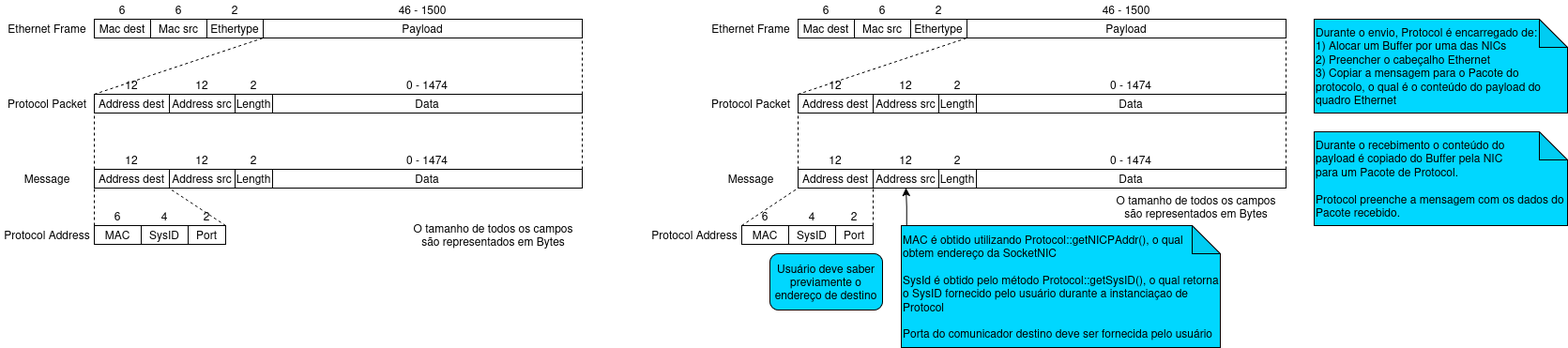
The draw.io diagram doc/frames.png in Vitor-Calegari/sistemas-operacionais-II, before a commit. Source tidied: cells renumbered, new cells last; positions are measured from the earlier drawing's top-left corner, leaving out a move shared by most shapes.
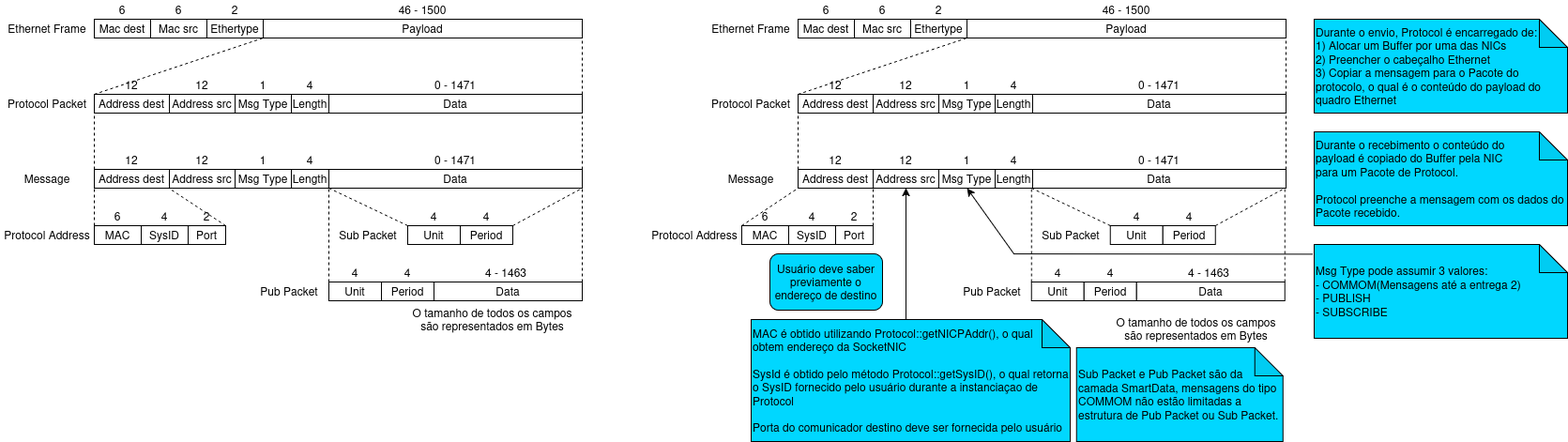
The same diagram one commit later.

Commit message:
Corrige imagem dos frames para entrega 3

The edit, as a diff of the source:
```diff
@@ -66,6 +66,6 @@
     <mxCell id="19" value="Length" style="rounded=0;whiteSpace=wrap;html=1;" parent="1" vertex="1">
-      <mxGeometry x="250" y="100" width="40" height="20" as="geometry" />
+      <mxGeometry x="310" y="100" width="40" height="20" as="geometry" />
     </mxCell>
     <mxCell id="20" value="Data" style="rounded=0;whiteSpace=wrap;html=1;" parent="1" vertex="1">
-      <mxGeometry x="290" y="100" width="330" height="20" as="geometry" />
+      <mxGeometry x="350" y="100" width="270" height="20" as="geometry" />
     </mxCell>
@@ -77,4 +77,4 @@
     </mxCell>
-    <mxCell id="23" value="0 - 1474" style="text;html=1;align=center;verticalAlign=middle;whiteSpace=wrap;rounded=0;" parent="1" vertex="1">
-      <mxGeometry x="290" y="80" width="330" height="20" as="geometry" />
+    <mxCell id="23" value="0 - 1471" style="text;html=1;align=center;verticalAlign=middle;whiteSpace=wrap;rounded=0;" parent="1" vertex="1">
+      <mxGeometry x="350" y="80" width="270" height="20" as="geometry" />
     </mxCell>
@@ -83,4 +83,4 @@
     </mxCell>
-    <mxCell id="25" value="2" style="text;html=1;align=center;verticalAlign=middle;whiteSpace=wrap;rounded=0;" parent="1" vertex="1">
-      <mxGeometry x="250" y="80" width="40" height="20" as="geometry" />
+    <mxCell id="25" value="4" style="text;html=1;align=center;verticalAlign=middle;whiteSpace=wrap;rounded=0;" parent="1" vertex="1">
+      <mxGeometry x="310" y="80" width="40" height="20" as="geometry" />
     </mxCell>
@@ -93,6 +93,6 @@
     <mxCell id="28" value="Length" style="rounded=0;whiteSpace=wrap;html=1;" parent="1" vertex="1">
-      <mxGeometry x="250" y="180" width="40" height="20" as="geometry" />
+      <mxGeometry x="310" y="180" width="40" height="20" as="geometry" />
     </mxCell>
     <mxCell id="29" value="Data" style="rounded=0;whiteSpace=wrap;html=1;" parent="1" vertex="1">
-      <mxGeometry x="290" y="180" width="330" height="20" as="geometry" />
+      <mxGeometry x="350" y="180" width="270" height="20" as="geometry" />
     </mxCell>
@@ -104,4 +104,4 @@
     </mxCell>
-    <mxCell id="32" value="0 - 1474" style="text;html=1;align=center;verticalAlign=middle;whiteSpace=wrap;rounded=0;" parent="1" vertex="1">
-      <mxGeometry x="290" y="160" width="330" height="20" as="geometry" />
+    <mxCell id="32" value="0 - 1471" style="text;html=1;align=center;verticalAlign=middle;whiteSpace=wrap;rounded=0;" parent="1" vertex="1">
+      <mxGeometry x="350" y="160" width="270" height="20" as="geometry" />
     </mxCell>
@@ -110,4 +110,4 @@
     </mxCell>
-    <mxCell id="34" value="2" style="text;html=1;align=center;verticalAlign=middle;whiteSpace=wrap;rounded=0;" parent="1" vertex="1">
-      <mxGeometry x="250" y="160" width="40" height="20" as="geometry" />
+    <mxCell id="34" value="4" style="text;html=1;align=center;verticalAlign=middle;whiteSpace=wrap;rounded=0;" parent="1" vertex="1">
+      <mxGeometry x="310" y="160" width="40" height="20" as="geometry" />
     </mxCell>
@@ -137,3 +137,3 @@
     <mxCell id="42" value="O tamanho de todos os campos são representados em Bytes" style="text;html=1;align=center;verticalAlign=middle;whiteSpace=wrap;rounded=0;" parent="1" vertex="1">
-      <mxGeometry x="430" y="240" width="191" height="20" as="geometry" />
+      <mxGeometry x="429" y="330" width="191" height="20" as="geometry" />
     </mxCell>
@@ -194,52 +194,4 @@
     </mxCell>
-    <mxCell id="58" value="Address dest" style="rounded=0;whiteSpace=wrap;html=1;" parent="1" vertex="1">
-      <mxGeometry x="850" y="100" width="80" height="20" as="geometry" />
-    </mxCell>
-    <mxCell id="59" value="Length" style="rounded=0;whiteSpace=wrap;html=1;" parent="1" vertex="1">
-      <mxGeometry x="1000" y="100" width="40" height="20" as="geometry" />
-    </mxCell>
-    <mxCell id="60" value="Data" style="rounded=0;whiteSpace=wrap;html=1;" parent="1" vertex="1">
-      <mxGeometry x="1040" y="100" width="330" height="20" as="geometry" />
-    </mxCell>
-    <mxCell id="61" value="12" style="text;html=1;align=center;verticalAlign=middle;whiteSpace=wrap;rounded=0;" parent="1" vertex="1">
-      <mxGeometry x="850" y="80" width="80" height="20" as="geometry" />
-    </mxCell>
-    <mxCell id="62" value="12" style="text;html=1;align=center;verticalAlign=middle;whiteSpace=wrap;rounded=0;" parent="1" vertex="1">
-      <mxGeometry x="930" y="80" width="70" height="20" as="geometry" />
-    </mxCell>
-    <mxCell id="63" value="0 - 1474" style="text;html=1;align=center;verticalAlign=middle;whiteSpace=wrap;rounded=0;" parent="1" vertex="1">
-      <mxGeometry x="1040" y="80" width="330" height="20" as="geometry" />
-    </mxCell>
-    <mxCell id="64" value="Address src" style="rounded=0;whiteSpace=wrap;html=1;" parent="1" vertex="1">
-      <mxGeometry x="930" y="100" width="70" height="20" as="geometry" />
-    </mxCell>
-    <mxCell id="65" value="2" style="text;html=1;align=center;verticalAlign=middle;whiteSpace=wrap;rounded=0;" parent="1" vertex="1">
-      <mxGeometry x="1000" y="80" width="40" height="20" as="geometry" />
-    </mxCell>
-    <mxCell id="66" value="Address dest" style="rounded=0;whiteSpace=wrap;html=1;" parent="1" vertex="1">
-      <mxGeometry x="850" y="180" width="80" height="20" as="geometry" />
-    </mxCell>
-    <mxCell id="67" value="Length" style="rounded=0;whiteSpace=wrap;html=1;" parent="1" vertex="1">
-      <mxGeometry x="1000" y="180" width="40" height="20" as="geometry" />
-    </mxCell>
-    <mxCell id="68" value="Data" style="rounded=0;whiteSpace=wrap;html=1;" parent="1" vertex="1">
-      <mxGeometry x="1040" y="180" width="330" height="20" as="geometry" />
-    </mxCell>
-    <mxCell id="69" value="12" style="text;html=1;align=center;verticalAlign=middle;whiteSpace=wrap;rounded=0;" parent="1" vertex="1">
-      <mxGeometry x="850" y="160" width="80" height="20" as="geometry" />
-    </mxCell>
-    <mxCell id="70" value="12" style="text;html=1;align=center;verticalAlign=middle;whiteSpace=wrap;rounded=0;" parent="1" vertex="1">
-      <mxGeometry x="930" y="160" width="70" height="20" as="geometry" />
-    </mxCell>
-    <mxCell id="71" value="0 - 1474" style="text;html=1;align=center;verticalAlign=middle;whiteSpace=wrap;rounded=0;" parent="1" vertex="1">
-      <mxGeometry x="1040" y="160" width="330" height="20" as="geometry" />
-    </mxCell>
-    <mxCell id="72" value="Address src" style="rounded=0;whiteSpace=wrap;html=1;" parent="1" vertex="1">
-      <mxGeometry x="930" y="180" width="70" height="20" as="geometry" />
-    </mxCell>
-    <mxCell id="73" value="2" style="text;html=1;align=center;verticalAlign=middle;whiteSpace=wrap;rounded=0;" parent="1" vertex="1">
-      <mxGeometry x="1000" y="160" width="40" height="20" as="geometry" />
-    </mxCell>
     <mxCell id="74" value="O tamanho de todos os campos são representados em Bytes" style="text;html=1;align=center;verticalAlign=middle;whiteSpace=wrap;rounded=0;" parent="1" vertex="1">
-      <mxGeometry x="1179" y="210" width="191" height="20" as="geometry" />
+      <mxGeometry x="1179" y="340" width="191" height="20" as="geometry" />
     </mxCell>
@@ -248,7 +200,12 @@
     </mxCell>
-    <mxCell id="76" style="edgeStyle=orthogonalEdgeStyle;rounded=0;jettySize=auto;html=1;exitX=0.017;exitY=0.002;exitDx=0;exitDy=0;exitPerimeter=0;" parent="1" edge="1" source="77" target="72">
-      <mxGeometry relative="1" as="geometry" />
+    <mxCell id="76" style="edgeStyle=orthogonalEdgeStyle;rounded=0;jettySize=auto;html=1;exitX=0.017;exitY=0.002;exitDx=0;exitDy=0;exitPerimeter=0;" parent="1" edge="1" source="77">
+      <mxGeometry relative="1" as="geometry">
+        <mxPoint x="965.1" y="200" as="targetPoint" />
+        <Array as="points">
+          <mxPoint x="965" y="340" />
+        </Array>
+      </mxGeometry>
     </mxCell>
     <mxCell id="77" value="&lt;div align=&quot;left&quot;&gt;MAC é obtido utilizando Protocol::getNICPAddr(), o qual&amp;nbsp; obtem endereço da SocketNIC&lt;/div&gt;&lt;div align=&quot;left&quot;&gt;&lt;br&gt;&lt;/div&gt;&lt;div align=&quot;left&quot;&gt;SysId é obtido pelo método Protocol::getSysID(), o qual retorna o SysID fornecido pelo usuário durante a instanciaçao de Protocol&lt;/div&gt;&lt;div&gt;&lt;br&gt;&lt;/div&gt;&lt;div&gt;Porta do comunicador destino deve ser fornecida pelo usuário&lt;/div&gt;" style="shape=note;whiteSpace=wrap;html=1;backgroundOutline=1;darkOpacity=0.05;align=left;fillColor=#00D7FF;" parent="1" vertex="1">
-      <mxGeometry x="960" y="240" width="340" height="130" as="geometry" />
+      <mxGeometry x="800" y="340" width="340" height="130" as="geometry" />
     </mxCell>
@@ -284,5 +241,197 @@
     </mxCell>
-    <mxCell id="88" style="endArrow=none;dashed=1;html=1;rounded=0;entryX=1;entryY=1;entryDx=0;entryDy=0;exitX=1;exitY=1;exitDx=0;exitDy=0;" parent="1" edge="1" source="87" target="66">
-      <mxGeometry relative="1" as="geometry" />
+    <mxCell id="88" style="endArrow=none;dashed=1;html=1;rounded=0;entryX=1;entryY=1;entryDx=0;entryDy=0;exitX=1;exitY=1;exitDx=0;exitDy=0;" parent="1" edge="1" source="87">
+      <mxGeometry relative="1" as="geometry">
+        <mxPoint x="930" y="200" as="targetPoint" />
+      </mxGeometry>
     </mxCell>
+    <mxCell id="89" value="Msg Type" style="rounded=0;whiteSpace=wrap;html=1;" parent="1" vertex="1">
+      <mxGeometry x="250" y="100" width="60" height="20" as="geometry" />
+    </mxCell>
+    <mxCell id="90" value="1" style="text;html=1;align=center;verticalAlign=middle;whiteSpace=wrap;rounded=0;" parent="1" vertex="1">
+      <mxGeometry x="250" y="80" width="60" height="20" as="geometry" />
+    </mxCell>
+    <mxCell id="91" value="Msg Type" style="rounded=0;whiteSpace=wrap;html=1;" parent="1" vertex="1">
+      <mxGeometry x="250" y="180" width="60" height="20" as="geometry" />
+    </mxCell>
+    <mxCell id="92" value="1" style="text;html=1;align=center;verticalAlign=middle;whiteSpace=wrap;rounded=0;" parent="1" vertex="1">
+      <mxGeometry x="250" y="160" width="60" height="20" as="geometry" />
+    </mxCell>
+    <mxCell id="58" value="Address dest" style="rounded=0;whiteSpace=wrap;html=1;" parent="1" vertex="1">
+      <mxGeometry x="850" y="100" width="80" height="20" as="geometry" />
+    </mxCell>
+    <mxCell id="93" value="Length" style="rounded=0;whiteSpace=wrap;html=1;" parent="1" vertex="1">
+      <mxGeometry x="1060" y="100" width="40" height="20" as="geometry" />
+    </mxCell>
+    <mxCell id="94" value="Data" style="rounded=0;whiteSpace=wrap;html=1;" parent="1" vertex="1">
+      <mxGeometry x="1100" y="100" width="270" height="20" as="geometry" />
+    </mxCell>
+    <mxCell id="61" value="12" style="text;html=1;align=center;verticalAlign=middle;whiteSpace=wrap;rounded=0;" parent="1" vertex="1">
+      <mxGeometry x="850" y="80" width="80" height="20" as="geometry" />
+    </mxCell>
+    <mxCell id="62" value="12" style="text;html=1;align=center;verticalAlign=middle;whiteSpace=wrap;rounded=0;" parent="1" vertex="1">
+      <mxGeometry x="930" y="80" width="70" height="20" as="geometry" />
+    </mxCell>
+    <mxCell id="95" value="0 - 1471" style="text;html=1;align=center;verticalAlign=middle;whiteSpace=wrap;rounded=0;" parent="1" vertex="1">
+      <mxGeometry x="1100" y="80" width="270" height="20" as="geometry" />
+    </mxCell>
+    <mxCell id="64" value="Address src" style="rounded=0;whiteSpace=wrap;html=1;" parent="1" vertex="1">
+      <mxGeometry x="930" y="100" width="70" height="20" as="geometry" />
+    </mxCell>
+    <mxCell id="96" value="4" style="text;html=1;align=center;verticalAlign=middle;whiteSpace=wrap;rounded=0;" parent="1" vertex="1">
+      <mxGeometry x="1060" y="80" width="40" height="20" as="geometry" />
+    </mxCell>
+    <mxCell id="97" value="Msg Type" style="rounded=0;whiteSpace=wrap;html=1;" parent="1" vertex="1">
+      <mxGeometry x="1000" y="100" width="60" height="20" as="geometry" />
+    </mxCell>
+    <mxCell id="98" value="1" style="text;html=1;align=center;verticalAlign=middle;whiteSpace=wrap;rounded=0;" parent="1" vertex="1">
+      <mxGeometry x="1000" y="80" width="60" height="20" as="geometry" />
+    </mxCell>
+    <mxCell id="66" value="Address dest" style="rounded=0;whiteSpace=wrap;html=1;" parent="1" vertex="1">
+      <mxGeometry x="850" y="180" width="80" height="20" as="geometry" />
+    </mxCell>
+    <mxCell id="99" value="Length" style="rounded=0;whiteSpace=wrap;html=1;" parent="1" vertex="1">
+      <mxGeometry x="1060" y="180" width="40" height="20" as="geometry" />
+    </mxCell>
+    <mxCell id="100" value="Data" style="rounded=0;whiteSpace=wrap;html=1;" parent="1" vertex="1">
+      <mxGeometry x="1100" y="180" width="270" height="20" as="geometry" />
+    </mxCell>
+    <mxCell id="69" value="12" style="text;html=1;align=center;verticalAlign=middle;whiteSpace=wrap;rounded=0;" parent="1" vertex="1">
+      <mxGeometry x="850" y="160" width="80" height="20" as="geometry" />
+    </mxCell>
+    <mxCell id="70" value="12" style="text;html=1;align=center;verticalAlign=middle;whiteSpace=wrap;rounded=0;" parent="1" vertex="1">
+      <mxGeometry x="930" y="160" width="70" height="20" as="geometry" />
+    </mxCell>
+    <mxCell id="101" value="0 - 1471" style="text;html=1;align=center;verticalAlign=middle;whiteSpace=wrap;rounded=0;" parent="1" vertex="1">
+      <mxGeometry x="1100" y="160" width="270" height="20" as="geometry" />
+    </mxCell>
+    <mxCell id="72" value="Address src" style="rounded=0;whiteSpace=wrap;html=1;" parent="1" vertex="1">
+      <mxGeometry x="930" y="180" width="70" height="20" as="geometry" />
+    </mxCell>
+    <mxCell id="102" value="4" style="text;html=1;align=center;verticalAlign=middle;whiteSpace=wrap;rounded=0;" parent="1" vertex="1">
+      <mxGeometry x="1060" y="160" width="40" height="20" as="geometry" />
+    </mxCell>
+    <mxCell id="103" value="Msg Type" style="rounded=0;whiteSpace=wrap;html=1;" parent="1" vertex="1">
+      <mxGeometry x="1000" y="180" width="60" height="20" as="geometry" />
+    </mxCell>
+    <mxCell id="104" value="1" style="text;html=1;align=center;verticalAlign=middle;whiteSpace=wrap;rounded=0;" parent="1" vertex="1">
+      <mxGeometry x="1000" y="160" width="60" height="20" as="geometry" />
+    </mxCell>
+    <mxCell id="105" value="&lt;div align=&quot;left&quot;&gt;Msg Type pode assumir 3 valores:&lt;/div&gt;&lt;div align=&quot;left&quot;&gt;- COMMOM(Mensagens até a entrega 2)&lt;/div&gt;&lt;div align=&quot;left&quot;&gt;- PUBLISH&lt;br&gt;- SUBSCRIBE&lt;/div&gt;" style="shape=note;whiteSpace=wrap;html=1;backgroundOutline=1;darkOpacity=0.05;align=left;fillColor=#00D7FF;" parent="1" vertex="1">
+      <mxGeometry x="1400" y="260" width="270" height="100" as="geometry" />
+    </mxCell>
+    <mxCell id="106" style="endArrow=classic;html=1;rounded=0;exitX=-0.005;exitY=0.103;exitDx=0;exitDy=0;exitPerimeter=0;" parent="1" edge="1" source="105">
+      <mxGeometry relative="1" as="geometry">
+        <mxPoint x="1030" y="200" as="targetPoint" />
+        <Array as="points">
+          <mxPoint x="1080" y="270" />
+        </Array>
+      </mxGeometry>
+    </mxCell>
+    <mxCell id="107" value="Unit" style="rounded=0;whiteSpace=wrap;html=1;" parent="1" vertex="1">
+      <mxGeometry x="434" y="240" width="56" height="20" as="geometry" />
+    </mxCell>
+    <mxCell id="108" value="Sub Packet" style="text;html=1;align=center;verticalAlign=middle;whiteSpace=wrap;rounded=0;" parent="1" vertex="1">
+      <mxGeometry x="350" y="242.5" width="84" height="15" as="geometry" />
+    </mxCell>
+    <mxCell id="109" value="4" style="text;html=1;align=center;verticalAlign=middle;whiteSpace=wrap;rounded=0;" parent="1" vertex="1">
+      <mxGeometry x="434" y="220" width="56" height="20" as="geometry" />
+    </mxCell>
+    <mxCell id="110" value="Period" style="rounded=0;whiteSpace=wrap;html=1;" parent="1" vertex="1">
+      <mxGeometry x="490" y="240" width="56" height="20" as="geometry" />
+    </mxCell>
+    <mxCell id="111" value="4" style="text;html=1;align=center;verticalAlign=middle;whiteSpace=wrap;rounded=0;" parent="1" vertex="1">
+      <mxGeometry x="490" y="220" width="56" height="20" as="geometry" />
+    </mxCell>
+    <mxCell id="112" value="Unit" style="rounded=0;whiteSpace=wrap;html=1;" parent="1" vertex="1">
+      <mxGeometry x="350" y="300" width="56" height="20" as="geometry" />
+    </mxCell>
+    <mxCell id="113" value="Pub Packet" style="text;html=1;align=center;verticalAlign=middle;whiteSpace=wrap;rounded=0;" parent="1" vertex="1">
+      <mxGeometry x="266" y="302.5" width="84" height="15" as="geometry" />
+    </mxCell>
+    <mxCell id="114" value="4" style="text;html=1;align=center;verticalAlign=middle;whiteSpace=wrap;rounded=0;" parent="1" vertex="1">
+      <mxGeometry x="350" y="280" width="56" height="20" as="geometry" />
+    </mxCell>
+    <mxCell id="115" value="Period" style="rounded=0;whiteSpace=wrap;html=1;" parent="1" vertex="1">
+      <mxGeometry x="406" y="300" width="56" height="20" as="geometry" />
+    </mxCell>
+    <mxCell id="116" value="4" style="text;html=1;align=center;verticalAlign=middle;whiteSpace=wrap;rounded=0;" parent="1" vertex="1">
+      <mxGeometry x="406" y="280" width="56" height="20" as="geometry" />
+    </mxCell>
+    <mxCell id="117" value="Data" style="rounded=0;whiteSpace=wrap;html=1;" parent="1" vertex="1">
+      <mxGeometry x="462" y="300" width="158" height="20" as="geometry" />
+    </mxCell>
+    <mxCell id="118" value="4 - 1463" style="text;html=1;align=center;verticalAlign=middle;whiteSpace=wrap;rounded=0;" parent="1" vertex="1">
+      <mxGeometry x="460" y="280" width="158" height="20" as="geometry" />
+    </mxCell>
+    <mxCell id="119" style="endArrow=none;dashed=1;html=1;rounded=0;entryX=0;entryY=1;entryDx=0;entryDy=0;exitX=0;exitY=0;exitDx=0;exitDy=0;" parent="1" edge="1" source="107" target="29">
+      <mxGeometry relative="1" as="geometry" />
+    </mxCell>
+    <mxCell id="120" style="endArrow=none;dashed=1;html=1;rounded=0;exitX=1;exitY=0;exitDx=0;exitDy=0;entryX=1;entryY=1;entryDx=0;entryDy=0;" parent="1" edge="1" source="110" target="29">
+      <mxGeometry relative="1" as="geometry" />
+    </mxCell>
+    <mxCell id="121" style="endArrow=none;dashed=1;html=1;rounded=0;entryX=1;entryY=1;entryDx=0;entryDy=0;exitX=0;exitY=1;exitDx=0;exitDy=0;" parent="1" edge="1" source="114" target="28">
+      <mxGeometry relative="1" as="geometry" />
+    </mxCell>
+    <mxCell id="122" style="endArrow=none;dashed=1;html=1;rounded=0;entryX=1;entryY=1;entryDx=0;entryDy=0;exitX=1;exitY=0;exitDx=0;exitDy=0;" parent="1" edge="1" source="117" target="29">
+      <mxGeometry relative="1" as="geometry" />
+    </mxCell>
+    <mxCell id="123" value="Unit" style="rounded=0;whiteSpace=wrap;html=1;" parent="1" vertex="1">
+      <mxGeometry x="1182.8" y="240" width="56" height="20" as="geometry" />
+    </mxCell>
+    <mxCell id="124" value="Sub Packet" style="text;html=1;align=center;verticalAlign=middle;whiteSpace=wrap;rounded=0;" parent="1" vertex="1">
+      <mxGeometry x="1098.8" y="242.5" width="84" height="15" as="geometry" />
+    </mxCell>
+    <mxCell id="125" value="4" style="text;html=1;align=center;verticalAlign=middle;whiteSpace=wrap;rounded=0;" parent="1" vertex="1">
+      <mxGeometry x="1182.8" y="220" width="56" height="20" as="geometry" />
+    </mxCell>
+    <mxCell id="126" value="Period" style="rounded=0;whiteSpace=wrap;html=1;" parent="1" vertex="1">
+      <mxGeometry x="1238.8" y="240" width="56" height="20" as="geometry" />
+    </mxCell>
+    <mxCell id="127" value="4" style="text;html=1;align=center;verticalAlign=middle;whiteSpace=wrap;rounded=0;" parent="1" vertex="1">
+      <mxGeometry x="1238.8" y="220" width="56" height="20" as="geometry" />
+    </mxCell>
+    <mxCell id="128" value="Unit" style="rounded=0;whiteSpace=wrap;html=1;" parent="1" vertex="1">
+      <mxGeometry x="1098.8" y="300" width="56" height="20" as="geometry" />
+    </mxCell>
+    <mxCell id="129" value="Pub Packet" style="text;html=1;align=center;verticalAlign=middle;whiteSpace=wrap;rounded=0;" parent="1" vertex="1">
+      <mxGeometry x="1014.8" y="302.5" width="84" height="15" as="geometry" />
+    </mxCell>
+    <mxCell id="130" value="4" style="text;html=1;align=center;verticalAlign=middle;whiteSpace=wrap;rounded=0;" parent="1" vertex="1">
+      <mxGeometry x="1098.8" y="280" width="56" height="20" as="geometry" />
+    </mxCell>
+    <mxCell id="131" value="Period" style="rounded=0;whiteSpace=wrap;html=1;" parent="1" vertex="1">
+      <mxGeometry x="1154.8" y="300" width="56" height="20" as="geometry" />
+    </mxCell>
+    <mxCell id="132" value="4" style="text;html=1;align=center;verticalAlign=middle;whiteSpace=wrap;rounded=0;" parent="1" vertex="1">
+      <mxGeometry x="1154.8" y="280" width="56" height="20" as="geometry" />
+    </mxCell>
+    <mxCell id="133" value="Data" style="rounded=0;whiteSpace=wrap;html=1;" parent="1" vertex="1">
+      <mxGeometry x="1210.8" y="300" width="158" height="20" as="geometry" />
+    </mxCell>
+    <mxCell id="134" value="4 - 1463" style="text;html=1;align=center;verticalAlign=middle;whiteSpace=wrap;rounded=0;" parent="1" vertex="1">
+      <mxGeometry x="1208.8" y="280" width="158" height="20" as="geometry" />
+    </mxCell>
+    <mxCell id="135" style="endArrow=none;dashed=1;html=1;rounded=0;entryX=0;entryY=1;entryDx=0;entryDy=0;exitX=0;exitY=0;exitDx=0;exitDy=0;" parent="1" edge="1" source="123">
+      <mxGeometry relative="1" as="geometry">
+        <mxPoint x="1098.8" y="200" as="targetPoint" />
+      </mxGeometry>
+    </mxCell>
+    <mxCell id="136" style="endArrow=none;dashed=1;html=1;rounded=0;exitX=1;exitY=0;exitDx=0;exitDy=0;entryX=1;entryY=1;entryDx=0;entryDy=0;" parent="1" edge="1" source="126">
+      <mxGeometry relative="1" as="geometry">
+        <mxPoint x="1368.8" y="200" as="targetPoint" />
+      </mxGeometry>
+    </mxCell>
+    <mxCell id="137" style="endArrow=none;dashed=1;html=1;rounded=0;entryX=1;entryY=1;entryDx=0;entryDy=0;exitX=0;exitY=1;exitDx=0;exitDy=0;" parent="1" edge="1" source="130">
+      <mxGeometry relative="1" as="geometry">
+        <mxPoint x="1098.8" y="200" as="targetPoint" />
+      </mxGeometry>
+    </mxCell>
+    <mxCell id="138" style="endArrow=none;dashed=1;html=1;rounded=0;entryX=1;entryY=1;entryDx=0;entryDy=0;exitX=1;exitY=0;exitDx=0;exitDy=0;" parent="1" edge="1" source="133">
+      <mxGeometry relative="1" as="geometry">
+        <mxPoint x="1368.8" y="200" as="targetPoint" />
+      </mxGeometry>
+    </mxCell>
+    <mxCell id="139" value="&lt;div align=&quot;left&quot;&gt;Sub Packet e Pub Packet são da camada SmartData, mensagens do tipo COMMOM não estão limitadas a estrutura de Pub Packet ou Sub Packet.&lt;/div&gt;" style="shape=note;whiteSpace=wrap;html=1;backgroundOutline=1;darkOpacity=0.05;align=left;fillColor=#00D7FF;" parent="1" vertex="1">
+      <mxGeometry x="1146.8" y="370" width="220" height="100" as="geometry" />
+    </mxCell>
   </root>
```
